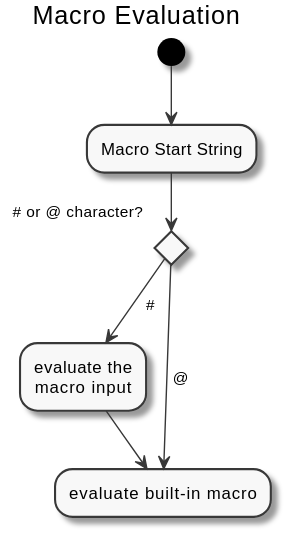
This is images/evaluationorder.svg from verhas/jamal, a PlantUML export, as it was before one commit. Its diagram source:
```plantuml
@startuml

skinparam monochrome true

title Macro Evaluation

(*) --> "Macro Start String"

if " # or @ character?" then
-->[ #] "evaluate the\nmacro input"
--> "evaluate built-in macro"
else
-->[ @] "evaluate built-in macro"
endif

@enduml
```
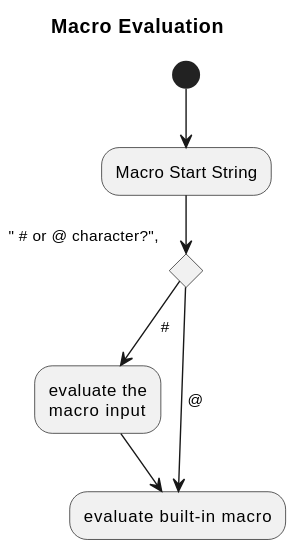
After the commit.

What changed in the source:
```diff
@@ -1,16 +1,14 @@
 @startuml
-
 skinparam monochrome true
 
 title Macro Evaluation
 
 (*) --> "Macro Start String"
 
-if " # or @ character?" then
+if " # or @ character?", then
 -->[ #] "evaluate the\nmacro input"
 --> "evaluate built-in macro"
 else
 -->[ @] "evaluate built-in macro"
 endif
-
 @enduml
```
